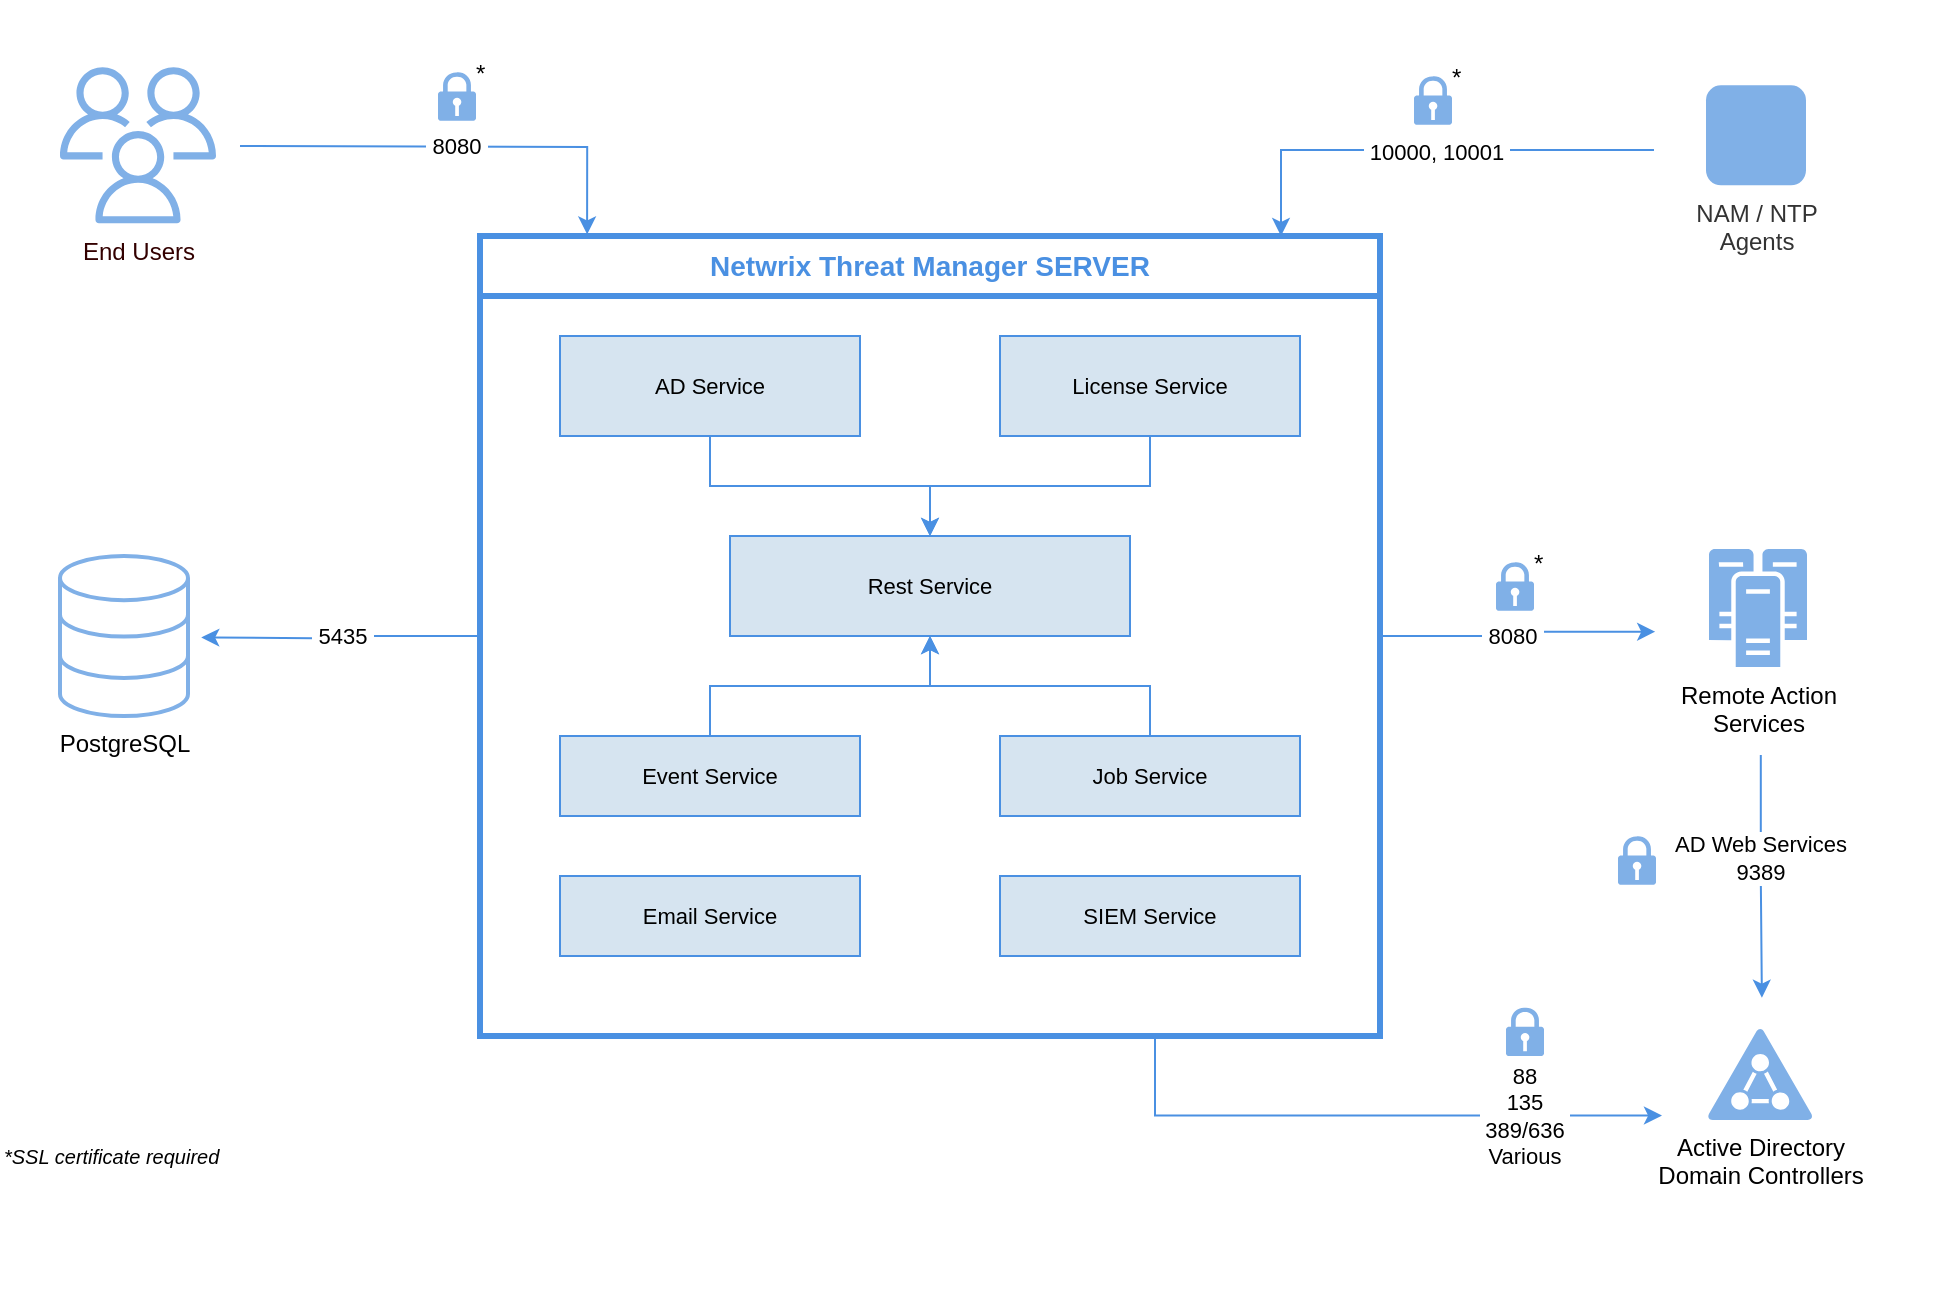
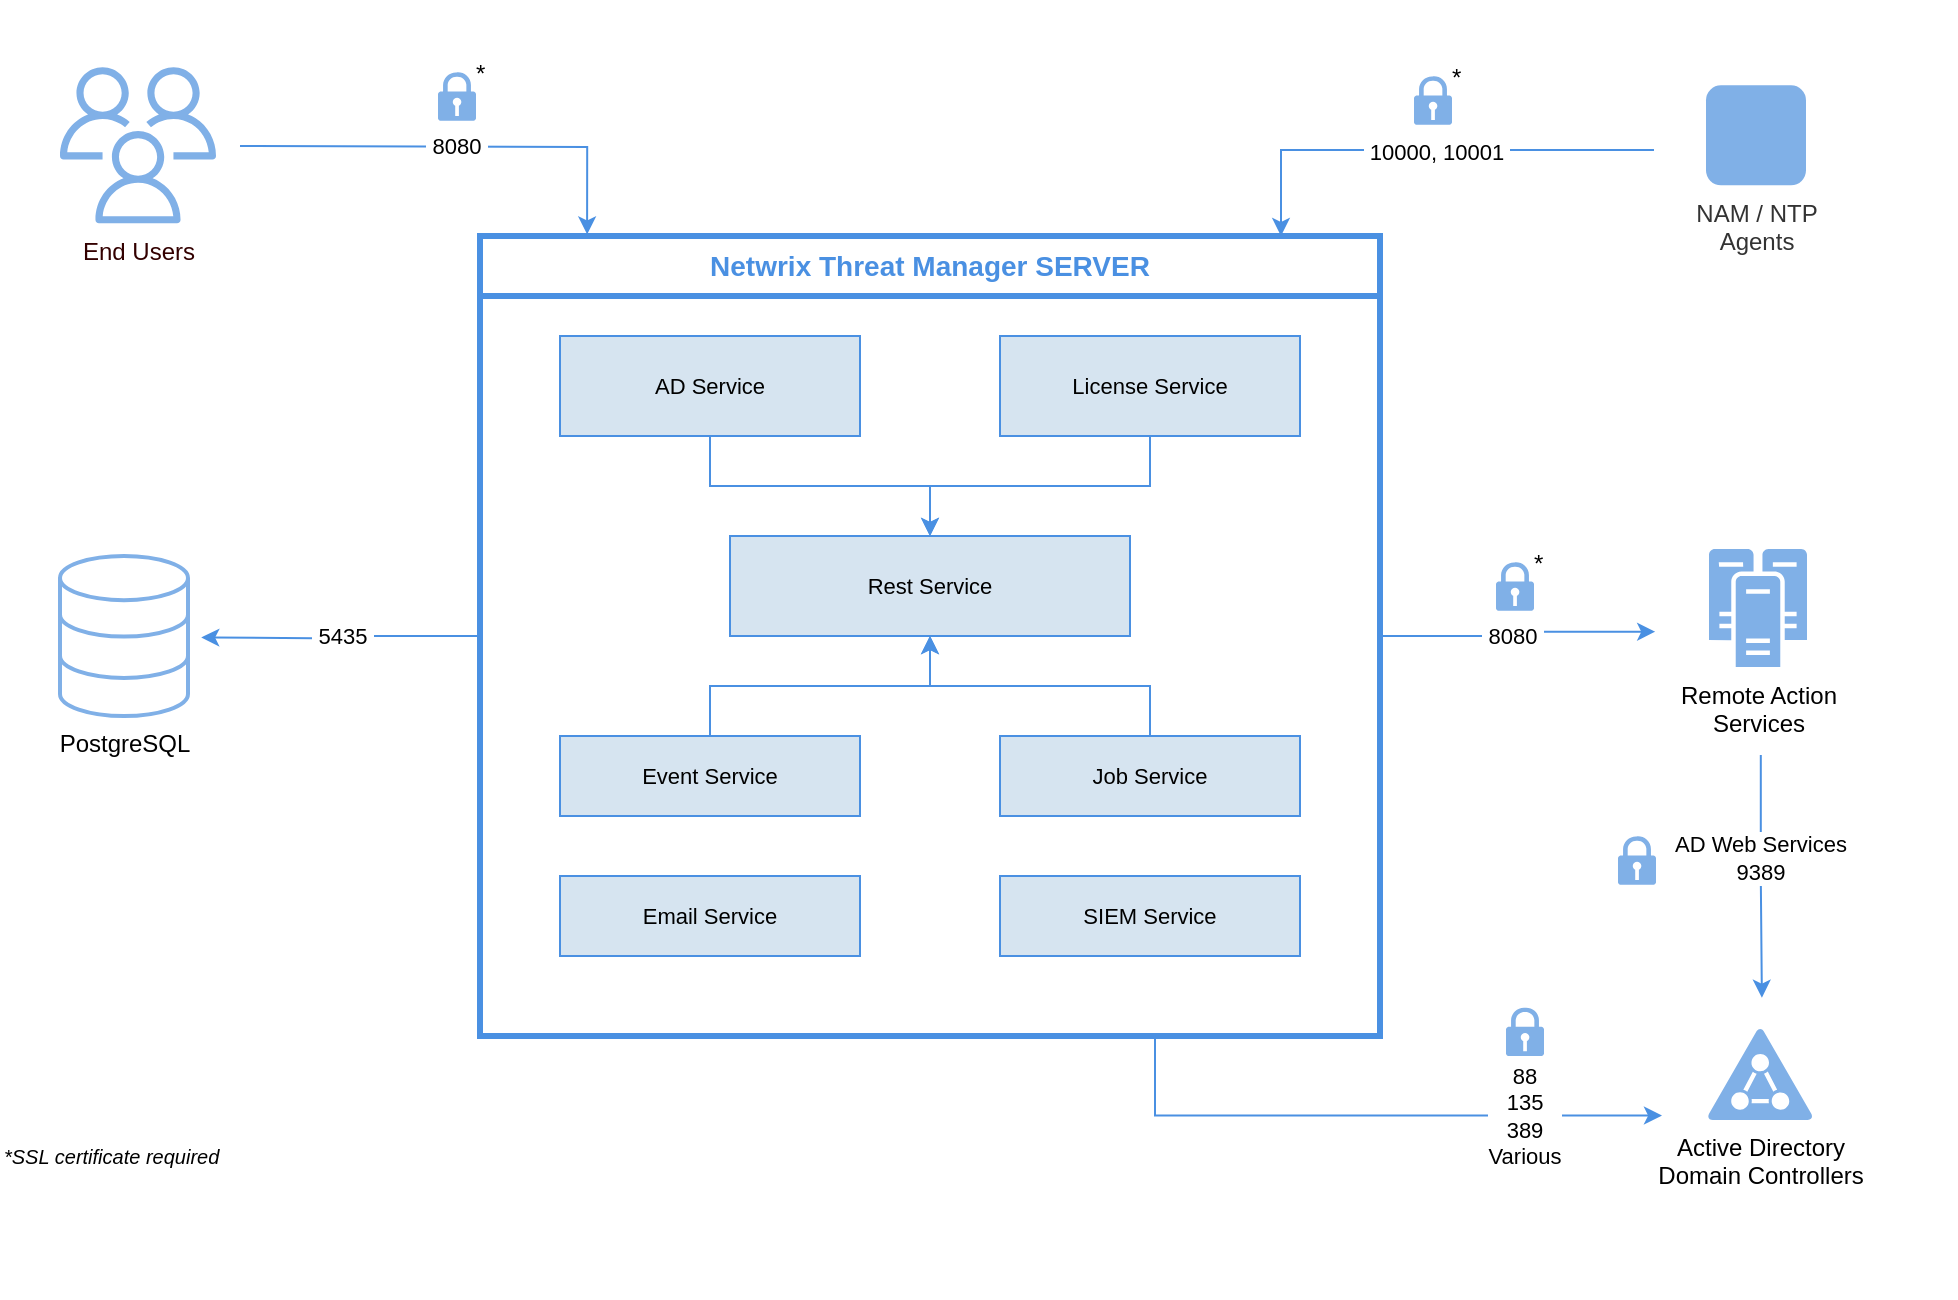
- <mxfile host="app.diagrams.net" agent="Mozilla/5.0 (Windows NT 10.0; Win64; x64) AppleWebKit/537.36 (KHTML, like Gecko) Chrome/144.0.0.0 Safari/537.36" version="29.3.6">
+ <mxfile host="app.diagrams.net" agent="Mozilla/5.0 (Windows NT 10.0; Win64; x64) AppleWebKit/537.36 (KHTML, like Gecko) Chrome/147.0.0.0 Safari/537.36" version="29.3.7">
  <diagram name="Network Diagram" id="network-diagram">
-     <mxGraphModel dx="1295" dy="708" grid="1" gridSize="10" guides="1" tooltips="1" connect="1" arrows="1" fold="1" page="1" pageScale="1" pageWidth="1100" pageHeight="850" math="0" shadow="0">
+     <mxGraphModel dx="740" dy="405" grid="1" gridSize="10" guides="1" tooltips="1" connect="1" arrows="1" fold="1" page="1" pageScale="1" pageWidth="1100" pageHeight="850" math="0" shadow="0">
      <root>
        <mxCell id="0" />
        <mxCell id="1" parent="0" />
        <mxCell id="4MIxQbT7HLulHLxy9QPL-13" parent="1" style="whiteSpace=wrap;html=1;aspect=fixed;fillColor=none;strokeColor=none;rounded=0;" value="" vertex="1">
          <mxGeometry height="150" width="150" x="868" y="531" as="geometry" />
        </mxCell>
        <mxCell id="4MIxQbT7HLulHLxy9QPL-15" edge="1" parent="1" source="main-container" style="edgeStyle=orthogonalEdgeStyle;rounded=0;orthogonalLoop=1;jettySize=auto;html=1;exitX=0.75;exitY=1;exitDx=0;exitDy=0;entryX=0.02;entryY=0.392;entryDx=0;entryDy=0;entryPerimeter=0;strokeColor=#4A90E2;" target="4MIxQbT7HLulHLxy9QPL-13">
          <mxGeometry relative="1" as="geometry">
            <mxPoint x="840" y="590" as="targetPoint" />
          </mxGeometry>
        </mxCell>
-         <mxCell id="4MIxQbT7HLulHLxy9QPL-16" connectable="0" parent="4MIxQbT7HLulHLxy9QPL-15" style="edgeLabel;html=1;align=center;verticalAlign=middle;resizable=0;points=[];rounded=0;" value="88&lt;div&gt;135&lt;/div&gt;&lt;div&gt;&amp;nbsp;389/636&amp;nbsp;&lt;/div&gt;&lt;div&gt;Various&lt;/div&gt;" vertex="1">
+         <mxCell id="4MIxQbT7HLulHLxy9QPL-16" connectable="0" parent="4MIxQbT7HLulHLxy9QPL-15" style="edgeLabel;html=1;align=center;verticalAlign=middle;resizable=0;points=[];rounded=0;" value="88&lt;div&gt;135&lt;/div&gt;&lt;div&gt;&amp;nbsp;389&amp;nbsp;&lt;/div&gt;&lt;div&gt;Various&lt;/div&gt;" vertex="1">
          <mxGeometry relative="1" x="0.5302" as="geometry">
            <mxPoint as="offset" />
          </mxGeometry>
        </mxCell>
        <mxCell id="4MIxQbT7HLulHLxy9QPL-24" edge="1" parent="1" source="main-container" style="edgeStyle=orthogonalEdgeStyle;rounded=0;orthogonalLoop=1;jettySize=auto;html=1;exitX=1;exitY=0.5;exitDx=0;exitDy=0;entryX=0.004;entryY=0.579;entryDx=0;entryDy=0;entryPerimeter=0;strokeColor=#4A90E2;" target="4MIxQbT7HLulHLxy9QPL-19">
          <mxGeometry relative="1" as="geometry" />
        </mxCell>
        <mxCell id="4MIxQbT7HLulHLxy9QPL-25" connectable="0" parent="4MIxQbT7HLulHLxy9QPL-24" style="edgeLabel;html=1;align=center;verticalAlign=middle;resizable=0;points=[];rounded=0;" value="&amp;nbsp;8080&amp;nbsp;" vertex="1">
          <mxGeometry relative="1" x="-0.0523" as="geometry">
            <mxPoint as="offset" />
          </mxGeometry>
        </mxCell>
        <mxCell id="main-container" parent="1" style="swimlane;whiteSpace=wrap;html=1;fillColor=#ffffff;strokeColor=#4A90E2;strokeWidth=3;fontSize=14;fontStyle=1;fontColor=#4A90E2;startSize=30;rounded=0;" value="Netwrix Threat Manager SERVER" vertex="1">
          <mxGeometry height="400" width="450" x="280" y="150" as="geometry">
            <mxRectangle height="30" width="250" x="280" y="150" as="alternateBounds" />
          </mxGeometry>
        </mxCell>
        <mxCell id="4MIxQbT7HLulHLxy9QPL-39" edge="1" parent="main-container" source="ad-service" style="edgeStyle=orthogonalEdgeStyle;rounded=0;orthogonalLoop=1;jettySize=auto;html=1;exitX=0.5;exitY=1;exitDx=0;exitDy=0;strokeColor=#4A90E2;" target="rest-service">
          <mxGeometry relative="1" as="geometry" />
        </mxCell>
        <mxCell id="ad-service" parent="main-container" style="rounded=0;whiteSpace=wrap;html=1;fillColor=#D6E4F0;strokeColor=#4A90E2;fontSize=11;" value="AD Service" vertex="1">
          <mxGeometry height="50" width="150" x="40" y="50" as="geometry" />
        </mxCell>
        <mxCell id="4MIxQbT7HLulHLxy9QPL-40" edge="1" parent="main-container" source="license-service" style="edgeStyle=orthogonalEdgeStyle;rounded=0;orthogonalLoop=1;jettySize=auto;html=1;exitX=0.5;exitY=1;exitDx=0;exitDy=0;entryX=0.5;entryY=0;entryDx=0;entryDy=0;strokeColor=#4A90E2;" target="rest-service">
          <mxGeometry relative="1" as="geometry" />
        </mxCell>
        <mxCell id="license-service" parent="main-container" style="rounded=0;whiteSpace=wrap;html=1;fillColor=#D6E4F0;strokeColor=#4A90E2;fontSize=11;" value="License Service" vertex="1">
          <mxGeometry height="50" width="150" x="260" y="50" as="geometry" />
        </mxCell>
        <mxCell id="rest-service" parent="main-container" style="rounded=0;whiteSpace=wrap;html=1;fillColor=#D6E4F0;strokeColor=#4A90E2;fontSize=11;" value="Rest Service" vertex="1">
          <mxGeometry height="50" width="200" x="125" y="150" as="geometry" />
        </mxCell>
        <mxCell id="4MIxQbT7HLulHLxy9QPL-42" edge="1" parent="main-container" source="event-service" style="edgeStyle=orthogonalEdgeStyle;rounded=0;orthogonalLoop=1;jettySize=auto;html=1;exitX=0.5;exitY=0;exitDx=0;exitDy=0;entryX=0.5;entryY=1;entryDx=0;entryDy=0;strokeColor=#4A90E2;" target="rest-service">
          <mxGeometry relative="1" as="geometry" />
        </mxCell>
        <mxCell id="event-service" parent="main-container" style="rounded=0;whiteSpace=wrap;html=1;fillColor=#D6E4F0;strokeColor=#4A90E2;fontSize=11;" value="Event Service" vertex="1">
          <mxGeometry height="40" width="150" x="40" y="250" as="geometry" />
        </mxCell>
        <mxCell id="4MIxQbT7HLulHLxy9QPL-43" edge="1" parent="main-container" source="job-service" style="edgeStyle=orthogonalEdgeStyle;rounded=0;orthogonalLoop=1;jettySize=auto;html=1;exitX=0.5;exitY=0;exitDx=0;exitDy=0;strokeColor=#4A90E2;" target="rest-service">
          <mxGeometry relative="1" as="geometry" />
        </mxCell>
        <mxCell id="job-service" parent="main-container" style="rounded=0;whiteSpace=wrap;html=1;fillColor=#D6E4F0;strokeColor=#4A90E2;fontSize=11;" value="Job Service" vertex="1">
          <mxGeometry height="40" width="150" x="260" y="250" as="geometry" />
        </mxCell>
        <mxCell id="email-service" parent="main-container" style="rounded=0;whiteSpace=wrap;html=1;fillColor=#D6E4F0;strokeColor=#4A90E2;fontSize=11;" value="Email Service" vertex="1">
          <mxGeometry height="40" width="150" x="40" y="320" as="geometry" />
        </mxCell>
        <mxCell id="siem-service" parent="main-container" style="rounded=0;whiteSpace=wrap;html=1;fillColor=#D6E4F0;strokeColor=#4A90E2;fontSize=11;" value="SIEM Service" vertex="1">
          <mxGeometry height="40" width="150" x="260" y="320" as="geometry" />
        </mxCell>
        <mxCell id="4MIxQbT7HLulHLxy9QPL-2" edge="1" parent="1" style="edgeStyle=orthogonalEdgeStyle;rounded=0;orthogonalLoop=1;jettySize=auto;html=1;entryX=0.119;entryY=-0.002;entryDx=0;entryDy=0;entryPerimeter=0;fillColor=#f5f5f5;strokeColor=#4A90E2;" target="main-container" value="&lt;div&gt;&lt;span style=&quot;background-color: light-dark(#ffffff, var(--ge-dark-color, #121212)); color: light-dark(rgb(0, 0, 0), rgb(255, 255, 255));&quot;&gt;&amp;nbsp;8080&amp;nbsp;&lt;/span&gt;&lt;/div&gt;">
          <mxGeometry relative="1" as="geometry">
            <mxPoint x="160" y="105" as="sourcePoint" />
          </mxGeometry>
        </mxCell>
        <mxCell id="footer" parent="1" style="text;html=1;strokeColor=none;fillColor=none;align=left;verticalAlign=middle;whiteSpace=wrap;fontSize=10;fontStyle=2;rounded=0;" value="*SSL certificate required" vertex="1">
          <mxGeometry height="20" width="200" x="40" y="600" as="geometry" />
        </mxCell>
        <mxCell id="4MIxQbT7HLulHLxy9QPL-3" parent="1" style="aspect=fixed;pointerEvents=1;shadow=0;dashed=0;html=1;strokeColor=none;labelPosition=right;verticalLabelPosition=top;verticalAlign=bottom;align=left;fillColor=#80B0E7;shape=mxgraph.mscae.enterprise.lock;spacing=-8;spacingTop=0;spacingLeft=8;rounded=0;" value="*" vertex="1">
          <mxGeometry height="24.36" width="19" x="259" y="68" as="geometry" />
        </mxCell>
        <mxCell id="4MIxQbT7HLulHLxy9QPL-4" edge="1" parent="1" source="main-container" style="edgeStyle=orthogonalEdgeStyle;rounded=0;orthogonalLoop=1;jettySize=auto;html=1;exitX=0;exitY=0.5;exitDx=0;exitDy=0;entryX=0.984;entryY=0.505;entryDx=0;entryDy=0;entryPerimeter=0;strokeColor=#4A90E2;">
          <mxGeometry relative="1" as="geometry">
            <mxPoint x="140.6242400000001" y="350.74575000000004" as="targetPoint" />
          </mxGeometry>
        </mxCell>
        <mxCell id="4MIxQbT7HLulHLxy9QPL-5" connectable="0" parent="4MIxQbT7HLulHLxy9QPL-4" style="edgeLabel;html=1;align=center;verticalAlign=middle;resizable=0;points=[];rounded=0;" value="&amp;nbsp;5435&amp;nbsp;" vertex="1">
          <mxGeometry relative="1" x="0.0034" y="2" as="geometry">
            <mxPoint y="-3" as="offset" />
          </mxGeometry>
        </mxCell>
        <mxCell id="4MIxQbT7HLulHLxy9QPL-17" parent="1" style="aspect=fixed;pointerEvents=1;shadow=0;dashed=0;html=1;strokeColor=none;labelPosition=right;verticalLabelPosition=top;verticalAlign=bottom;align=left;fillColor=#80B0E7;shape=mxgraph.mscae.enterprise.lock;spacing=-8;spacingTop=0;spacingLeft=8;rounded=0;" value="" vertex="1">
          <mxGeometry height="24.36" width="19" x="793" y="535.64" as="geometry" />
        </mxCell>
        <mxCell id="4MIxQbT7HLulHLxy9QPL-26" parent="1" style="aspect=fixed;pointerEvents=1;shadow=0;dashed=0;html=1;strokeColor=none;labelPosition=right;verticalLabelPosition=top;verticalAlign=bottom;align=left;fillColor=#80B0E7;shape=mxgraph.mscae.enterprise.lock;spacing=-8;spacingTop=0;spacingLeft=8;rounded=0;" value="*" vertex="1">
          <mxGeometry height="24.36" width="19" x="788" y="313" as="geometry" />
        </mxCell>
        <mxCell id="4MIxQbT7HLulHLxy9QPL-27" edge="1" parent="1" source="4MIxQbT7HLulHLxy9QPL-19" style="edgeStyle=orthogonalEdgeStyle;rounded=0;orthogonalLoop=1;jettySize=auto;html=1;exitX=0.356;exitY=0.99;exitDx=0;exitDy=0;entryX=0.353;entryY=-0.001;entryDx=0;entryDy=0;exitPerimeter=0;entryPerimeter=0;strokeColor=#4A90E2;" target="4MIxQbT7HLulHLxy9QPL-13">
          <mxGeometry relative="1" as="geometry" />
        </mxCell>
        <mxCell id="4MIxQbT7HLulHLxy9QPL-28" connectable="0" parent="4MIxQbT7HLulHLxy9QPL-27" style="edgeLabel;html=1;align=center;verticalAlign=middle;resizable=0;points=[];rounded=0;" value="AD Web Services&lt;div&gt;9389&lt;/div&gt;" vertex="1">
          <mxGeometry relative="1" x="-0.1619" y="-1" as="geometry">
            <mxPoint as="offset" />
          </mxGeometry>
        </mxCell>
        <mxCell id="4MIxQbT7HLulHLxy9QPL-29" parent="1" style="aspect=fixed;pointerEvents=1;shadow=0;dashed=0;html=1;strokeColor=none;labelPosition=right;verticalLabelPosition=top;verticalAlign=bottom;align=left;fillColor=#80B0E7;shape=mxgraph.mscae.enterprise.lock;spacing=-8;spacingTop=0;spacingLeft=8;rounded=0;" value="" vertex="1">
          <mxGeometry height="24.36" width="19" x="849" y="450" as="geometry" />
        </mxCell>
        <mxCell id="4MIxQbT7HLulHLxy9QPL-36" parent="1" style="outlineConnect=0;fillColor=#80B0E7;strokeColor=#314354;dashed=0;verticalLabelPosition=bottom;verticalAlign=top;align=center;html=1;fontSize=12;fontStyle=0;aspect=fixed;pointerEvents=1;shape=mxgraph.aws4.users;fontColor=#330000;rounded=0;fillStyle=auto;" value="End Users" vertex="1">
          <mxGeometry height="78" width="78" x="70" y="65.64" as="geometry" />
        </mxCell>
        <mxCell id="4MIxQbT7HLulHLxy9QPL-44" edge="1" parent="1" source="4MIxQbT7HLulHLxy9QPL-31" style="edgeStyle=orthogonalEdgeStyle;rounded=0;orthogonalLoop=1;jettySize=auto;html=1;entryX=0.89;entryY=0;entryDx=0;entryDy=0;entryPerimeter=0;strokeColor=#4A90E2;" target="main-container">
          <mxGeometry relative="1" as="geometry" />
        </mxCell>
        <mxCell id="4MIxQbT7HLulHLxy9QPL-45" connectable="0" parent="4MIxQbT7HLulHLxy9QPL-44" style="edgeLabel;html=1;align=center;verticalAlign=middle;resizable=0;points=[];rounded=0;" value="&amp;nbsp;10000, 10001&amp;nbsp;" vertex="1">
          <mxGeometry relative="1" x="-0.0511" y="1" as="geometry">
            <mxPoint as="offset" />
          </mxGeometry>
        </mxCell>
        <mxCell id="4MIxQbT7HLulHLxy9QPL-46" parent="1" style="aspect=fixed;pointerEvents=1;shadow=0;dashed=0;html=1;strokeColor=none;labelPosition=right;verticalLabelPosition=top;verticalAlign=bottom;align=left;fillColor=#80B0E7;shape=mxgraph.mscae.enterprise.lock;spacing=-8;spacingTop=0;spacingLeft=8;rounded=0;" value="*" vertex="1">
          <mxGeometry height="24.36" width="19" x="747" y="70" as="geometry" />
        </mxCell>
        <mxCell id="4MIxQbT7HLulHLxy9QPL-31" parent="1" style="whiteSpace=wrap;html=1;aspect=fixed;fillColor=none;strokeColor=none;rounded=0;" value="" vertex="1">
          <mxGeometry height="150" width="150" x="867" y="32" as="geometry" />
        </mxCell>
        <mxCell id="4MIxQbT7HLulHLxy9QPL-19" parent="1" style="whiteSpace=wrap;html=1;aspect=fixed;fillColor=none;strokeColor=none;rounded=0;" value="" vertex="1">
          <mxGeometry height="150" width="150" x="867" y="261" as="geometry" />
        </mxCell>
        <mxCell id="4MIxQbT7HLulHLxy9QPL-22" parent="1" style="pointerEvents=1;shadow=0;dashed=0;html=1;strokeColor=none;fillColor=#80B0E7;labelPosition=center;verticalLabelPosition=bottom;verticalAlign=top;outlineConnect=0;align=center;shape=mxgraph.office.servers.cluster_server;rounded=0;" value="Remote Action&lt;div&gt;Services&lt;/div&gt;" vertex="1">
          <mxGeometry height="59" width="49" x="894.5" y="306.5" as="geometry" />
        </mxCell>
        <mxCell id="4MIxQbT7HLulHLxy9QPL-8" parent="1" style="pointerEvents=1;shadow=0;dashed=0;html=1;strokeColor=none;fillColor=light-dark(#80b0e7, #a8a8a8);labelPosition=center;verticalLabelPosition=bottom;verticalAlign=top;outlineConnect=0;align=center;shape=mxgraph.office.security.active_directory;rounded=0;" value="Active Directory&lt;div&gt;Domain Controllers&lt;/div&gt;" vertex="1">
          <mxGeometry height="46" width="53" x="893.5" y="546" as="geometry" />
        </mxCell>
        <mxCell id="4MIxQbT7HLulHLxy9QPL-47" parent="1" style="html=1;verticalLabelPosition=bottom;align=center;labelBackgroundColor=#ffffff;verticalAlign=top;strokeWidth=2;strokeColor=light-dark(#80b0e7, #32a0ff);shadow=0;dashed=0;shape=mxgraph.ios7.icons.data;rounded=1;" value="PostgreSQL" vertex="1">
          <mxGeometry height="80" width="64" x="70" y="310" as="geometry" />
        </mxCell>
        <mxCell id="4MIxQbT7HLulHLxy9QPL-52" parent="1" style="fillColor=light-dark(#80b0e7, #7f7f7f);aspect=fixed;sketch=0;pointerEvents=1;shadow=0;dashed=0;html=1;strokeColor=none;labelPosition=center;verticalLabelPosition=bottom;outlineConnect=0;verticalAlign=top;align=center;shape=mxgraph.openstack.neutron_subnet;rounded=1;" value="&lt;span style=&quot;color: rgb(51, 51, 51);&quot;&gt;NAM / NTP&lt;/span&gt;&lt;div style=&quot;color: rgb(51, 51, 51);&quot;&gt;Agents&lt;/div&gt;" vertex="1">
          <mxGeometry height="50" width="50" x="893" y="74.64" as="geometry" />
        </mxCell>
      </root>
    </mxGraphModel>
  </diagram>
</mxfile>
